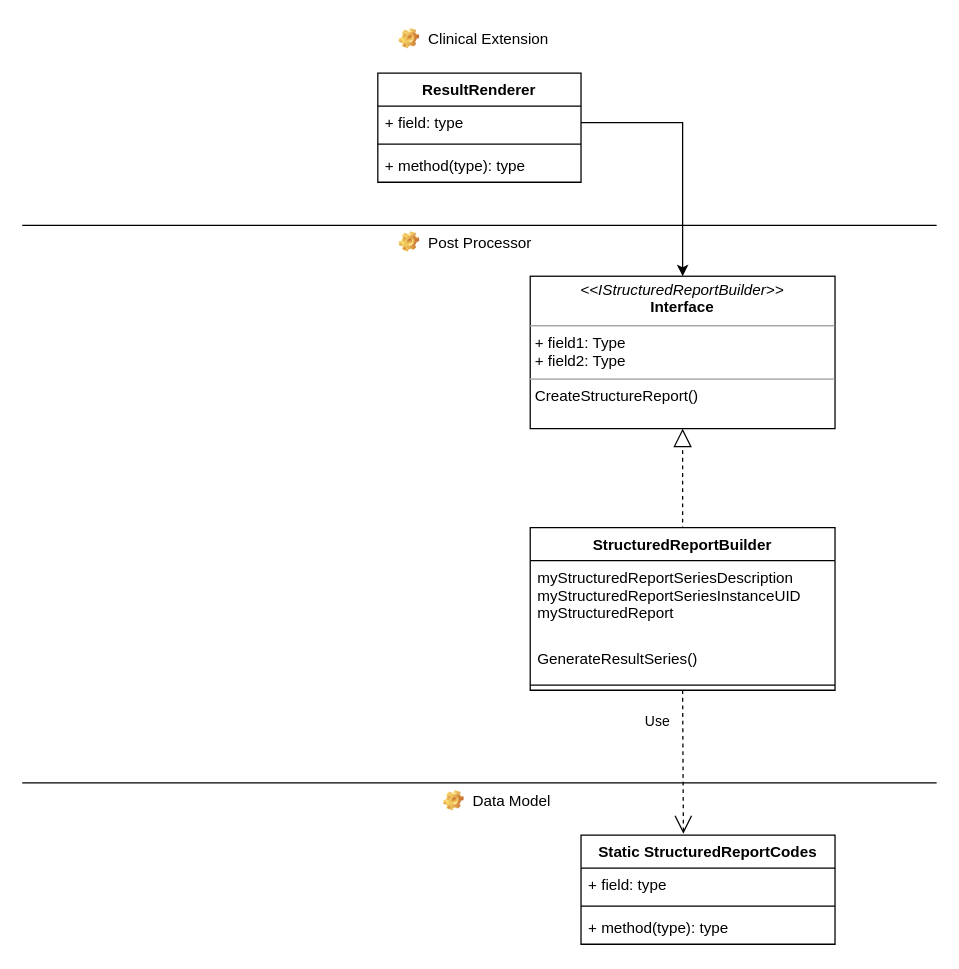
The draw.io diagram Untitled Diagram.drawio in bikramsinha4u/Diagrams, before the edit. Source tidied: cells renumbered, new cells numbered last; positions are measured from the earlier drawing's top-left corner, leaving out a move shared by most shapes. Both pictures are drawn from the tidied source at 127%, with x=0, y=0 at pixel (22, 22).
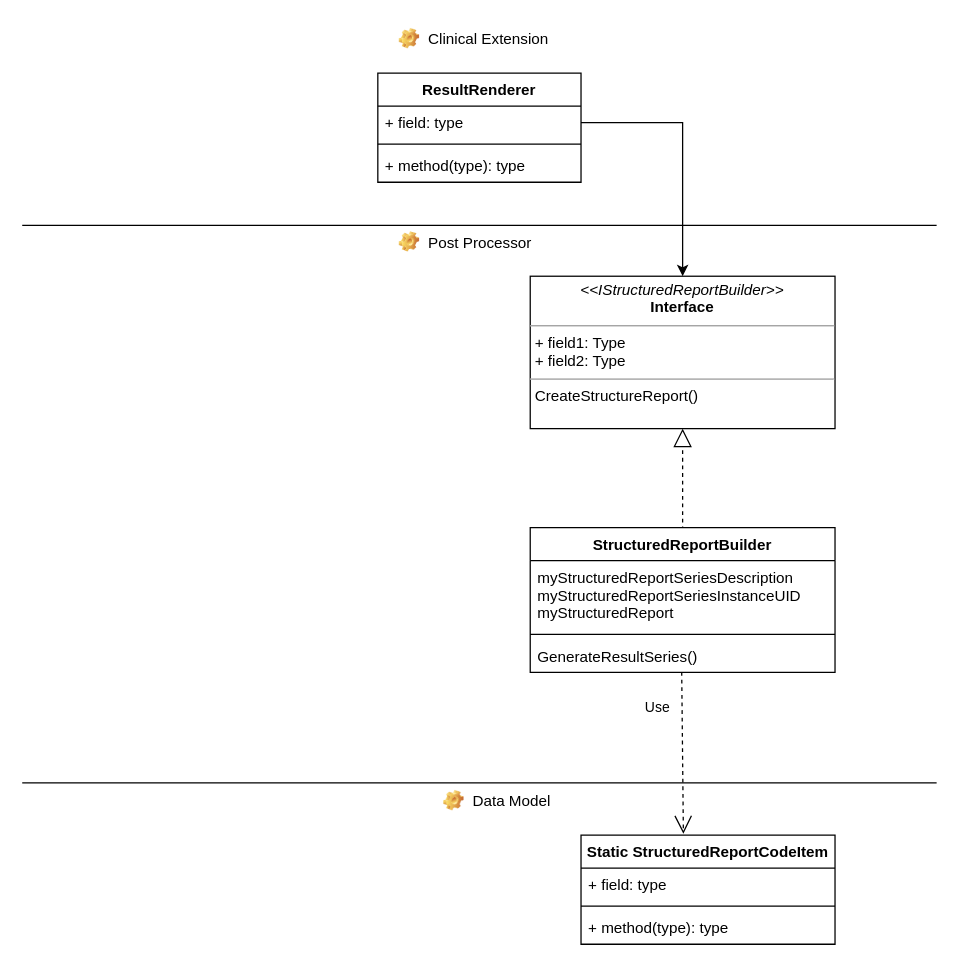
Above is the later version.

What changed in the source:
```diff
@@
-    <mxCell id="11" value="Use" style="endArrow=open;endSize=12;dashed=1;html=1;exitX=0.5;exitY=1;exitDx=0;exitDy=0;entryX=0.403;entryY=-0.012;entryDx=0;entryDy=0;entryPerimeter=0;" parent="1" edge="1" source="13" target="19">
+    <mxCell id="11" value="Use" style="endArrow=open;endSize=12;dashed=1;html=1;exitX=0.497;exitY=0.987;exitDx=0;exitDy=0;entryX=0.403;entryY=-0.012;entryDx=0;entryDy=0;entryPerimeter=0;exitPerimeter=0;" parent="1" edge="1" source="15" target="19">
       <mxGeometry x="-0.56" y="-20" relative="1" as="geometry" />
     </mxCell>
@@
-    <mxCell id="13" value="StructuredReportBuilder" style="swimlane;fontStyle=1;align=center;verticalAlign=top;horizontal=1;startSize=26;" parent="1" vertex="1">
-      <mxGeometry x="400" y="398" width="240" height="128" as="geometry" />
-    </mxCell>
-    <mxCell id="14" value="myStructuredReportSeriesDescription&#10;myStructuredReportSeriesInstanceUID&#10;myStructuredReport&#10;" style="text;strokeColor=none;fillColor=none;align=left;verticalAlign=top;spacingLeft=4;spacingRight=4;overflow=hidden;" parent="13" vertex="1">
-      <mxGeometry y="26" width="240" height="64" as="geometry" />
-    </mxCell>
-    <mxCell id="15" value="GenerateResultSeries()" style="text;strokeColor=none;fillColor=none;align=left;verticalAlign=top;spacingLeft=4;spacingRight=4;overflow=hidden;points=[[0,0.5],[1,0.5]];portConstraint=eastwest;" parent="13" vertex="1">
-      <mxGeometry y="90" width="240" height="30" as="geometry" />
-    </mxCell>
-    <mxCell id="16" style="line;strokeWidth=1;fillColor=none;align=left;verticalAlign=middle;spacingTop=-1;spacingLeft=3;spacingRight=3;labelPosition=right;" parent="13" vertex="1">
-      <mxGeometry y="120" width="240" height="8" as="geometry" />
-    </mxCell>
@@
-    <mxCell id="19" value="Static StructuredReportCodes" style="swimlane;fontStyle=1;align=center;verticalAlign=top;horizontal=1;startSize=26;" parent="1" vertex="1">
+    <mxCell id="19" value="Static StructuredReportCodeItem" style="swimlane;fontStyle=1;align=center;verticalAlign=top;horizontal=1;startSize=26;" parent="1" vertex="1">
       <mxGeometry x="440" y="640" width="200" height="86" as="geometry" />
     </mxCell>
@@
+    <mxCell id="13" value="StructuredReportBuilder" style="swimlane;fontStyle=1;align=center;verticalAlign=top;horizontal=1;startSize=26;" parent="1" vertex="1">
+      <mxGeometry x="400" y="398" width="240" height="114" as="geometry" />
+    </mxCell>
+    <mxCell id="14" value="myStructuredReportSeriesDescription&#10;myStructuredReportSeriesInstanceUID&#10;myStructuredReport&#10;" style="text;strokeColor=none;fillColor=none;align=left;verticalAlign=top;spacingLeft=4;spacingRight=4;overflow=hidden;" parent="13" vertex="1">
+      <mxGeometry y="26" width="240" height="54" as="geometry" />
+    </mxCell>
+    <mxCell id="23" style="line;strokeWidth=1;fillColor=none;align=left;verticalAlign=middle;spacingTop=-1;spacingLeft=3;spacingRight=3;labelPosition=right;" parent="13" vertex="1">
+      <mxGeometry y="80" width="240" height="8" as="geometry" />
+    </mxCell>
+    <mxCell id="15" value="GenerateResultSeries()" style="text;strokeColor=none;fillColor=none;align=left;verticalAlign=top;spacingLeft=4;spacingRight=4;overflow=hidden;points=[[0,0.5],[1,0.5]];portConstraint=eastwest;" parent="13" vertex="1">
+      <mxGeometry y="88" width="240" height="26" as="geometry" />
+    </mxCell>
```
